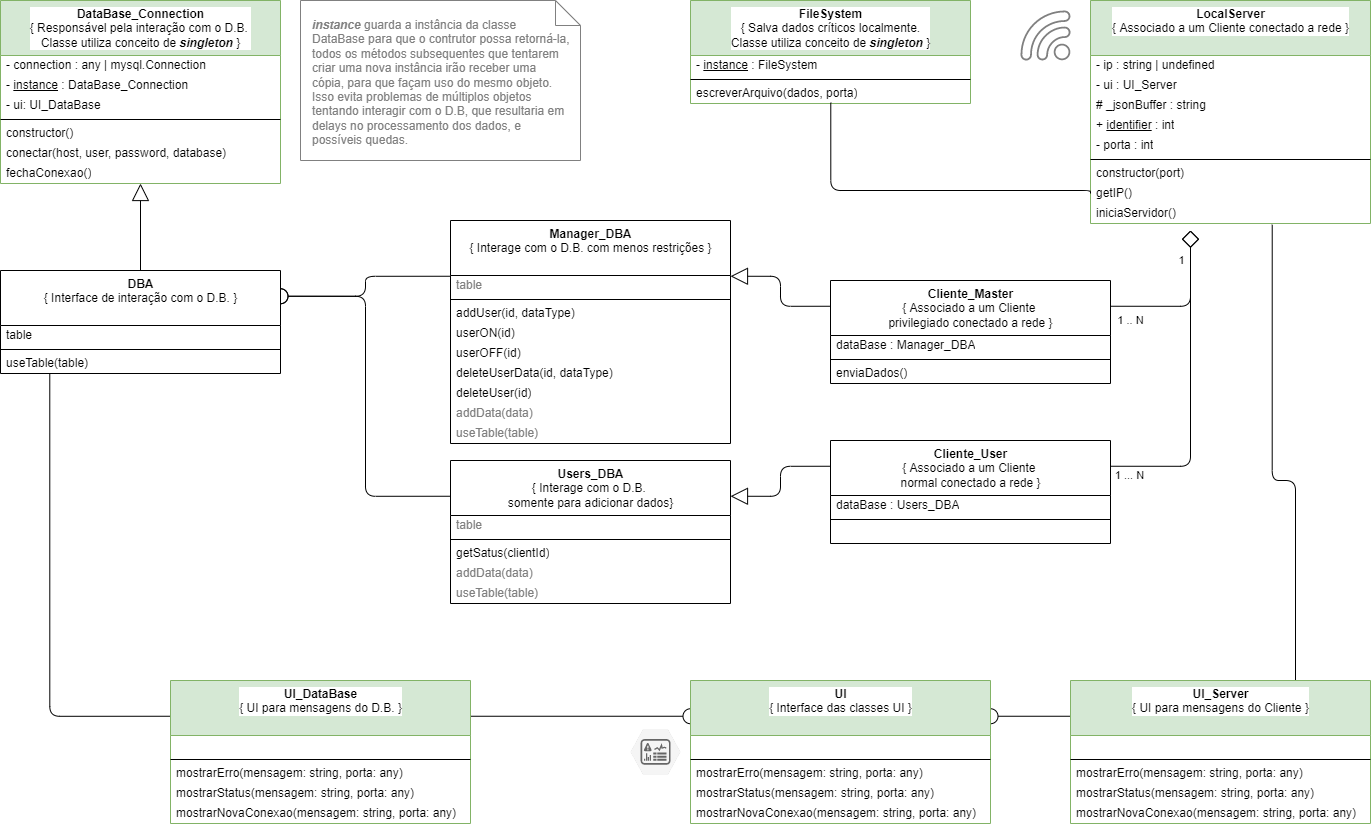
Above: MKSENSE.drawio.png in DIEGOVZK/MKSENSE (draw.io), before the change. Source tidied: cells renumbered, new cells last; positions are measured from the earlier drawing's top-left corner, leaving out a move shared by most shapes.
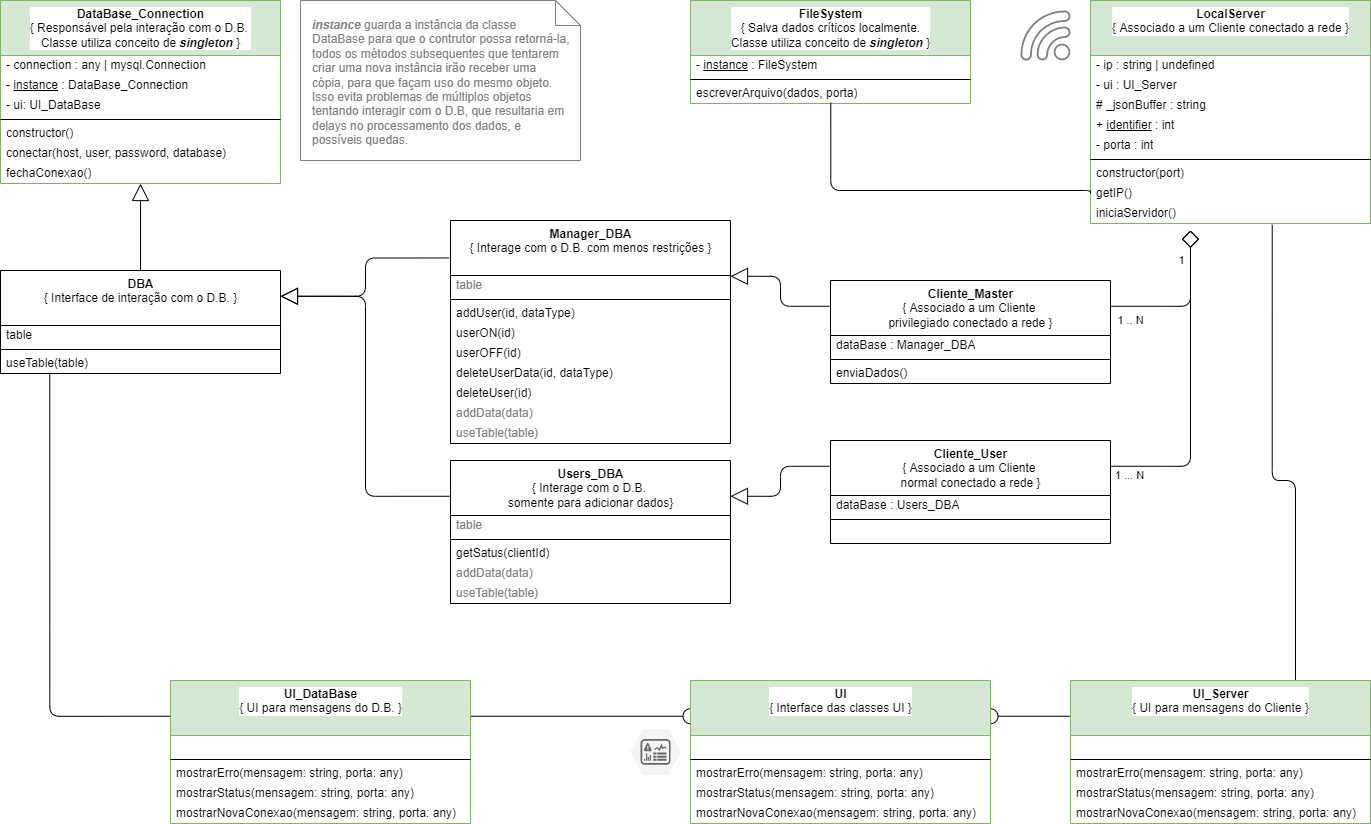
After the commit.

Diff of the diagram source:
```diff
@@ -29,10 +29,10 @@
     <mxCell id="10" style="edgeStyle=none;html=1;entryX=0.5;entryY=1;entryDx=0;entryDy=0;endArrow=block;endFill=0;startArrow=none;startFill=0;endSize=15;labelBackgroundColor=#FFFFFF;labelBorderColor=none;" parent="1" edge="1" source="13" target="2">
       <mxGeometry relative="1" as="geometry" />
     </mxCell>
-    <mxCell id="11" style="edgeStyle=orthogonalEdgeStyle;html=1;entryX=0;entryY=0.25;entryDx=0;entryDy=0;shadow=0;fontColor=#000000;startArrow=oval;startFill=0;endArrow=none;endFill=0;startSize=15;endSize=15;sourcePerimeterSpacing=0;targetPerimeterSpacing=1;labelBackgroundColor=#FFFFFF;labelBorderColor=none;exitX=1;exitY=0.25;exitDx=0;exitDy=0;" parent="1" edge="1" source="13" target="58">
+    <mxCell id="11" style="edgeStyle=orthogonalEdgeStyle;html=1;entryX=-0.006;entryY=0.168;entryDx=0;entryDy=0;shadow=0;fontColor=#000000;startArrow=block;startFill=0;endArrow=none;endFill=0;startSize=15;endSize=15;sourcePerimeterSpacing=0;targetPerimeterSpacing=1;labelBackgroundColor=#FFFFFF;labelBorderColor=none;exitX=1;exitY=0.25;exitDx=0;exitDy=0;entryPerimeter=0;" parent="1" edge="1" source="13" target="58">
       <mxGeometry relative="1" as="geometry" />
     </mxCell>
-    <mxCell id="12" style="edgeStyle=orthogonalEdgeStyle;html=1;entryX=0;entryY=0.25;entryDx=0;entryDy=0;shadow=0;fontColor=#000000;startArrow=oval;startFill=0;endArrow=none;endFill=0;startSize=15;endSize=15;sourcePerimeterSpacing=0;targetPerimeterSpacing=1;labelBackgroundColor=#FFFFFF;labelBorderColor=none;exitX=1;exitY=0.25;exitDx=0;exitDy=0;" parent="1" edge="1" source="13" target="69">
+    <mxCell id="12" style="edgeStyle=orthogonalEdgeStyle;html=1;entryX=0;entryY=0.25;entryDx=0;entryDy=0;shadow=0;fontColor=#000000;startArrow=block;startFill=0;endArrow=none;endFill=0;startSize=15;endSize=15;sourcePerimeterSpacing=0;targetPerimeterSpacing=1;labelBackgroundColor=#FFFFFF;labelBorderColor=none;exitX=1;exitY=0.25;exitDx=0;exitDy=0;" parent="1" edge="1" source="13" target="69">
       <mxGeometry relative="1" as="geometry" />
     </mxCell>
     <mxCell id="13" value="&lt;b&gt;DBA&lt;/b&gt;&lt;br&gt;{ Interface de interação com o D.B. }" style="swimlane;fontStyle=0;align=center;verticalAlign=top;horizontal=1;startSize=55;html=1;labelBackgroundColor=#FFFFFF;labelBorderColor=none;" parent="1" vertex="1">
```
